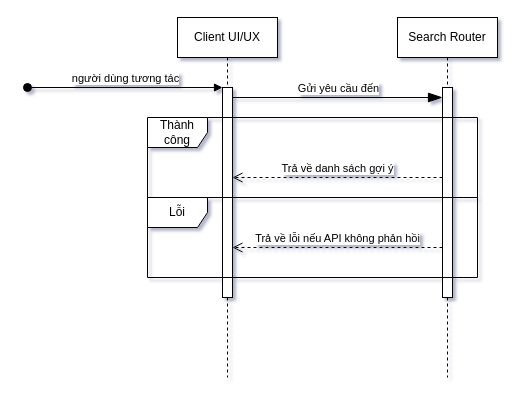
This is Diagrams/sequence/Sơ đồ Sequence xử lý gợi ý tìm kiếm.drawio from VennDev/EC-Recommend-System-Old, a draw.io file, before an edit. Source tidied: cells renumbered, new cells numbered last; positions are measured from the earlier drawing's top-left corner, leaving out a move shared by most shapes. Both pictures are drawn from the tidied source at 100%, with x=0, y=0 at pixel (27, 17).
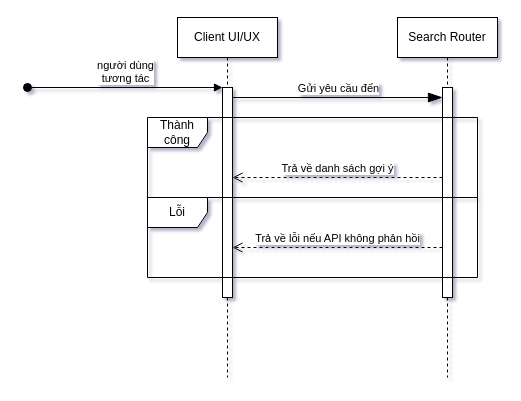
The same diagram, later.

What changed in the source:
```diff
@@
 <mxGraphModel shadow="1">
   <root>
     <mxCell id="0" />
     <mxCell id="1" parent="0" />
     <mxCell id="2" value="Client UI/UX" style="shape=umlLifeline;perimeter=lifelinePerimeter;whiteSpace=wrap;html=1;newEdgeStyle={&quot;edgeStyle&quot;:&quot;elbowEdgeStyle&quot;,&quot;elbow&quot;:&quot;vertical&quot;,&quot;curved&quot;:0,&quot;rounded&quot;:0};" parent="1" vertex="1">
       <mxGeometry x="150" width="100" height="360" as="geometry" />
     </mxCell>
     <mxCell id="3" style="html=1;points=[];perimeter=orthogonalPerimeter;outlineConnect=0;targetShapes=umlLifeline;portConstraint=eastwest;newEdgeStyle={&quot;edgeStyle&quot;:&quot;elbowEdgeStyle&quot;,&quot;elbow&quot;:&quot;vertical&quot;,&quot;curved&quot;:0,&quot;rounded&quot;:0};" parent="2" vertex="1">
       <mxGeometry x="45" y="70" width="10" height="210" as="geometry" />
     </mxCell>
-    <mxCell id="4" value="người dùng tương tác" style="html=1;verticalAlign=bottom;startArrow=oval;endArrow=block;startSize=8;edgeStyle=elbowEdgeStyle;elbow=vertical;curved=0;rounded=0;" parent="2" edge="1" target="3">
+    <mxCell id="4" value="người dùng &lt;br&gt;tương tác" style="html=1;verticalAlign=bottom;startArrow=oval;endArrow=block;startSize=8;edgeStyle=elbowEdgeStyle;elbow=vertical;curved=0;rounded=0;" parent="2" edge="1" target="3">
       <mxGeometry relative="1" as="geometry">
         <mxPoint x="-150" y="70" as="sourcePoint" />
       </mxGeometry>
     </mxCell>
     <mxCell id="5" value="Search Router" style="shape=umlLifeline;perimeter=lifelinePerimeter;whiteSpace=wrap;html=1;newEdgeStyle={&quot;edgeStyle&quot;:&quot;elbowEdgeStyle&quot;,&quot;elbow&quot;:&quot;vertical&quot;,&quot;curved&quot;:0,&quot;rounded&quot;:0};" parent="1" vertex="1">
       <mxGeometry x="370" width="100" height="360" as="geometry" />
     </mxCell>
     <mxCell id="6" style="html=1;perimeter=orthogonalPerimeter;targetShapes=umlLifeline;newEdgeStyle={&quot;edgeStyle&quot;:&quot;elbowEdgeStyle&quot;,&quot;elbow&quot;:&quot;vertical&quot;,&quot;curved&quot;:0,&quot;rounded&quot;:0};" parent="5" vertex="1">
       <mxGeometry x="45" y="70" width="10" height="210" as="geometry" />
     </mxCell>
     <mxCell id="7" value="Thành công" style="shape=umlFrame;whiteSpace=wrap;html=1;" parent="1" vertex="1">
       <mxGeometry x="120" y="100" width="330" height="80" as="geometry" />
     </mxCell>
     <mxCell id="8" style="endArrow=blockThin;endFill=1;endSize=12;html=1;rounded=0;" parent="1" edge="1">
       <mxGeometry relative="1" as="geometry">
         <mxPoint x="205" y="80" as="sourcePoint" />
         <mxPoint x="415" y="80" as="targetPoint" />
       </mxGeometry>
     </mxCell>
     <mxCell id="9" value="Gửi yêu cầu đến" style="edgeLabel;html=1;align=center;verticalAlign=middle;" parent="8" vertex="1">
       <mxGeometry x="-0.17" y="1" relative="1" as="geometry">
         <mxPoint x="18" y="-9" as="offset" />
       </mxGeometry>
     </mxCell>
     <mxCell id="10" value="Lỗi" style="shape=umlFrame;whiteSpace=wrap;html=1;" parent="1" vertex="1">
       <mxGeometry x="120" y="180" width="330" height="80" as="geometry" />
     </mxCell>
     <mxCell id="11" value="Trả về danh sách gợi ý" style="html=1;verticalAlign=bottom;endArrow=open;dashed=1;endSize=8;curved=0;rounded=0;" parent="1" edge="1">
       <mxGeometry relative="1" as="geometry">
         <mxPoint x="415" y="160" as="sourcePoint" />
         <mxPoint x="205" y="160" as="targetPoint" />
       </mxGeometry>
     </mxCell>
     <mxCell id="12" value="Trả về lỗi nếu API không phản hồi" style="html=1;verticalAlign=bottom;endArrow=open;dashed=1;endSize=8;curved=0;rounded=0;" parent="1" edge="1">
       <mxGeometry relative="1" as="geometry">
         <mxPoint x="415" y="230" as="sourcePoint" />
         <mxPoint x="205" y="230" as="targetPoint" />
       </mxGeometry>
     </mxCell>
   </root>
 </mxGraphModel>
```
